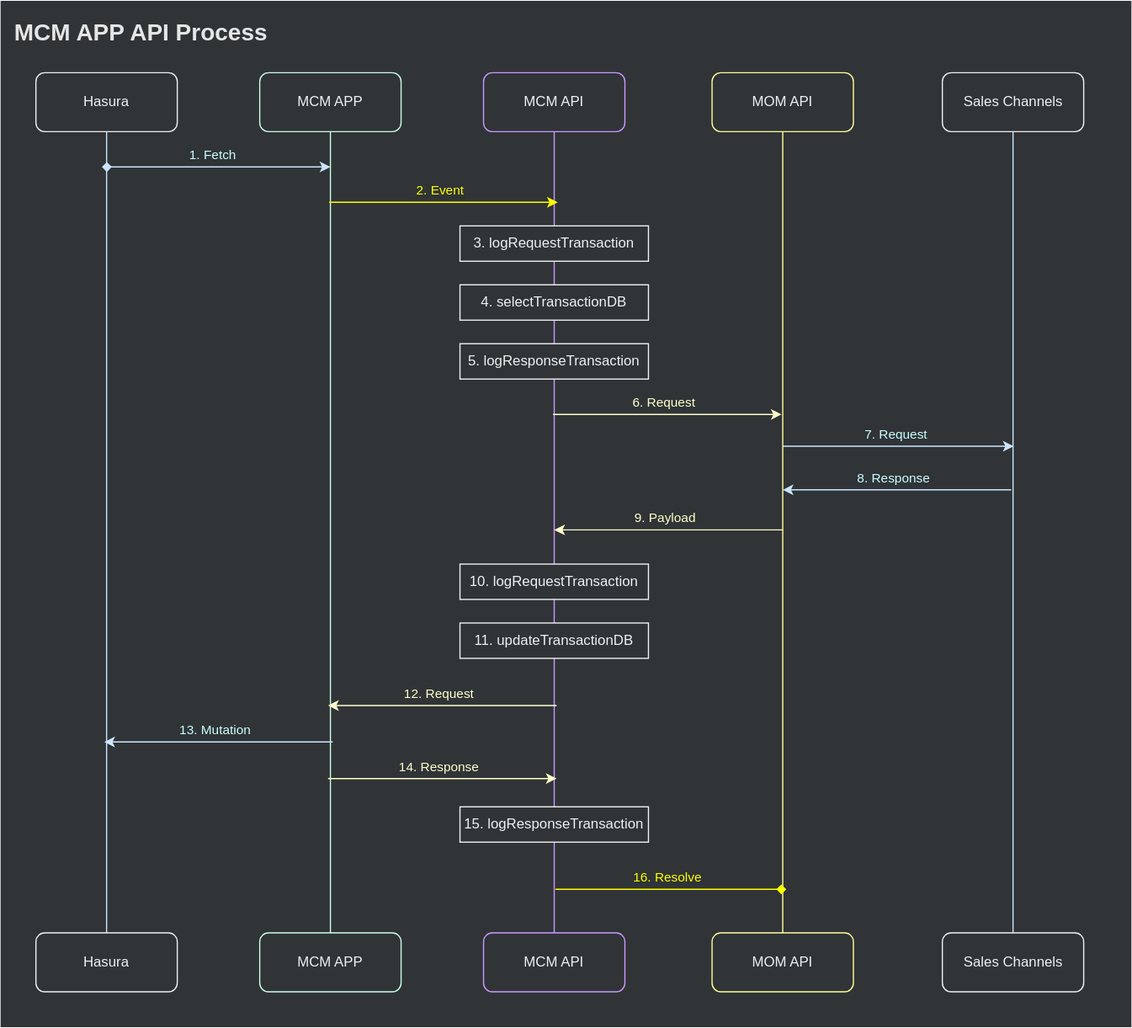
This is assets/.draw.io/documents/geclio2-mcm-app-api.svg from jiholee-ntwglobal/jiholee-ntwglobal.github.io, a draw.io export, as it was before one commit. Source tidied: cells renumbered, new cells last; positions are measured from the earlier drawing's top-left corner, leaving out a move shared by most shapes.
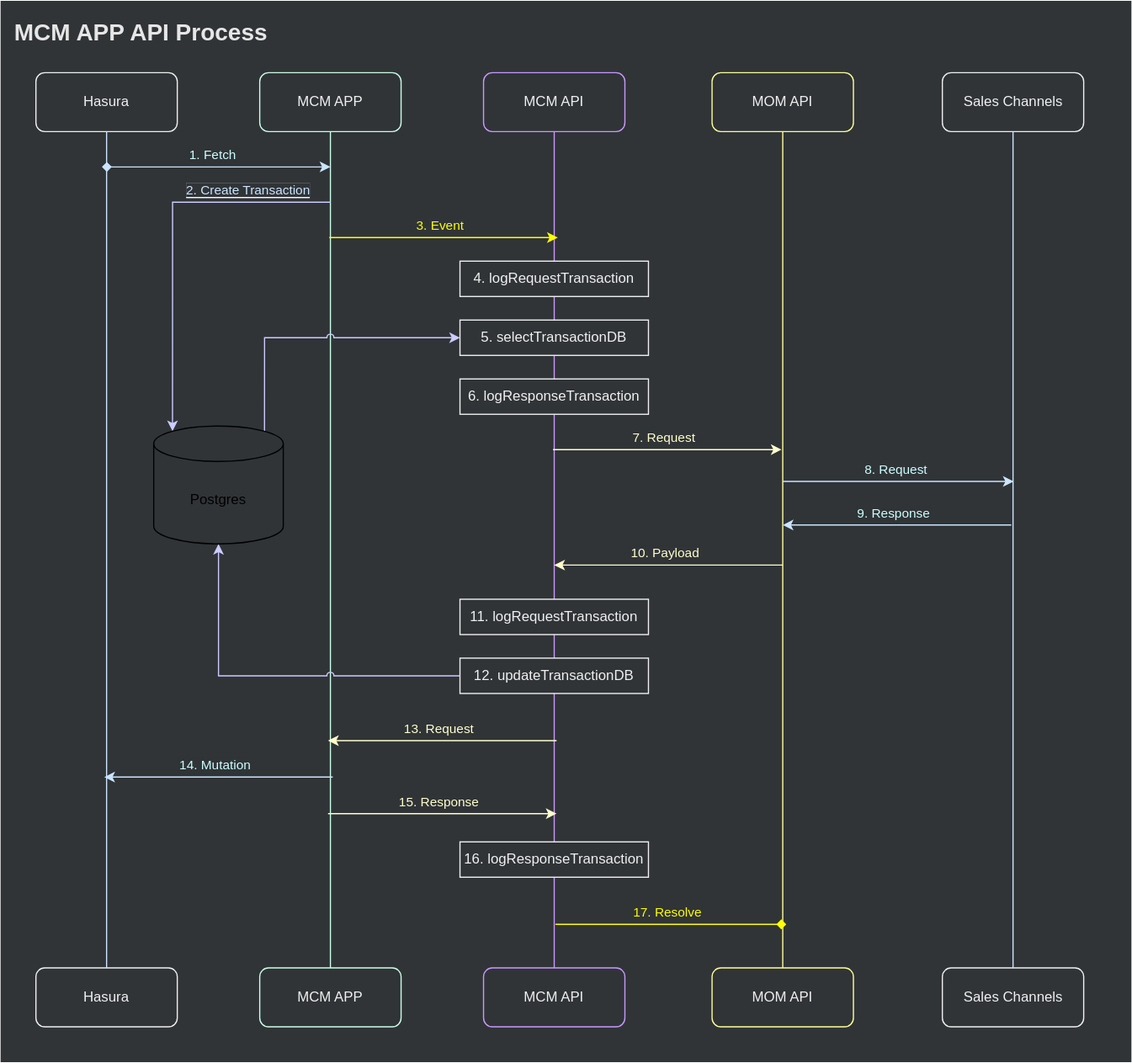
The same file after the commit.

Change to the diagram source:
```diff
@@ -3,20 +3,20 @@
     <mxCell id="0" />
     <mxCell id="1" value="Background" parent="0" />
     <mxCell id="2" style="rounded=0;whiteSpace=wrap;html=1;strokeColor=none;fontColor=#F0F0F0;labelBackgroundColor=none;fillColor=#303437;" parent="1" vertex="1">
-      <mxGeometry width="960" height="871" as="geometry" />
+      <mxGeometry y="-30" width="960" height="901" as="geometry" />
     </mxCell>
     <mxCell id="3" value="Foreground" parent="0" />
     <mxCell id="4" value="Sales Channels" style="rounded=1;whiteSpace=wrap;html=1;fontColor=#F0F0F0;strokeColor=#F0F0F0;fillColor=#303437;" parent="3" vertex="1">
-      <mxGeometry x="799.5" y="61" width="120" height="50" as="geometry" />
+      <mxGeometry x="799.5" y="31" width="120" height="50" as="geometry" />
     </mxCell>
     <mxCell id="5" value="MCM API" style="rounded=1;whiteSpace=wrap;html=1;fontColor=#F0F0F0;strokeColor=#CC99FF;fillColor=#303437;" parent="3" vertex="1">
-      <mxGeometry x="410" y="61" width="120" height="50" as="geometry" />
+      <mxGeometry x="410" y="31" width="120" height="50" as="geometry" />
     </mxCell>
     <mxCell id="6" value="MOM API" style="rounded=1;whiteSpace=wrap;html=1;fontColor=#F0F0F0;fillColor=#303437;strokeColor=#FFFF99;" parent="3" vertex="1">
-      <mxGeometry x="604" y="61" width="120" height="50" as="geometry" />
+      <mxGeometry x="604" y="31" width="120" height="50" as="geometry" />
     </mxCell>
     <mxCell id="7" value="Hasura" style="rounded=1;whiteSpace=wrap;html=1;fontColor=#F0F0F0;strokeColor=#F0F0F0;fillColor=#303437;" parent="3" vertex="1">
-      <mxGeometry x="30" y="61" width="120" height="50" as="geometry" />
+      <mxGeometry x="30" y="31" width="120" height="50" as="geometry" />
     </mxCell>
     <mxCell id="8" value="Sales Channels" style="rounded=1;whiteSpace=wrap;html=1;fontColor=#F0F0F0;strokeColor=#F0F0F0;fillColor=#303437;" parent="3" vertex="1">
       <mxGeometry x="799.5" y="791" width="120" height="50" as="geometry" />
@@ -44,93 +44,119 @@
     </mxCell>
     <mxCell id="16" value="&lt;font color=&quot;#ccffff&quot; style=&quot;background-color: rgb(48 , 52 , 55)&quot;&gt;1. Fetch&lt;/font&gt;" style="endArrow=classic;html=1;strokeColor=#CCE5FF;startArrow=diamond;startFill=1;labelBackgroundColor=#303437;" parent="3" edge="1">
       <mxGeometry x="-0.03" y="10" relative="1" as="geometry">
-        <mxPoint x="86" y="141" as="sourcePoint" />
-        <mxPoint x="280" y="141" as="targetPoint" />
+        <mxPoint x="86" y="111" as="sourcePoint" />
+        <mxPoint x="280" y="111" as="targetPoint" />
       </mxGeometry>
     </mxCell>
-    <mxCell id="17" value="&lt;font color=&quot;#ccffff&quot; style=&quot;background-color: rgb(48 , 52 , 55)&quot;&gt;8. Response&lt;/font&gt;" style="endArrow=none;html=1;strokeColor=#CCE5FF;startArrow=classic;startFill=1;endFill=0;labelBackgroundColor=#303437;" parent="3" edge="1">
+    <mxCell id="17" value="&lt;font color=&quot;#ccffff&quot; style=&quot;background-color: rgb(48 , 52 , 55)&quot;&gt;9. Response&lt;/font&gt;" style="endArrow=none;html=1;strokeColor=#CCE5FF;startArrow=classic;startFill=1;endFill=0;labelBackgroundColor=#303437;" parent="3" edge="1">
       <mxGeometry x="-0.03" y="10" relative="1" as="geometry">
         <mxPoint x="664" y="415" as="sourcePoint" />
         <mxPoint x="858" y="415" as="targetPoint" />
       </mxGeometry>
     </mxCell>
-    <mxCell id="18" value="&lt;font style=&quot;background-color: rgb(48 , 52 , 55)&quot; color=&quot;#ffffcc&quot;&gt;14. Response&lt;/font&gt;" style="endArrow=classic;html=1;labelBackgroundColor=#303437;strokeColor=#FFFFCC;" parent="3" edge="1">
+    <mxCell id="18" value="&lt;font style=&quot;background-color: rgb(48 , 52 , 55)&quot; color=&quot;#ffffcc&quot;&gt;15. Response&lt;/font&gt;" style="endArrow=classic;html=1;labelBackgroundColor=#303437;strokeColor=#FFFFCC;" parent="3" edge="1">
       <mxGeometry x="-0.03" y="10" relative="1" as="geometry">
         <mxPoint x="278" y="660" as="sourcePoint" />
         <mxPoint x="472" y="660" as="targetPoint" />
       </mxGeometry>
     </mxCell>
-    <mxCell id="19" value="&lt;font style=&quot;background-color: rgb(48 , 52 , 55)&quot; color=&quot;#ffffcc&quot;&gt;9. Payload&lt;/font&gt;" style="endArrow=none;html=1;startArrow=classic;startFill=1;endFill=0;labelBackgroundColor=#303437;strokeColor=#FFFFCC;" parent="3" edge="1">
+    <mxCell id="19" value="&lt;font style=&quot;background-color: rgb(48 , 52 , 55)&quot; color=&quot;#ffffcc&quot;&gt;10. Payload&lt;/font&gt;" style="endArrow=none;html=1;startArrow=classic;startFill=1;endFill=0;labelBackgroundColor=#303437;strokeColor=#FFFFCC;" parent="3" edge="1">
       <mxGeometry x="-0.03" y="10" relative="1" as="geometry">
         <mxPoint x="470" y="449" as="sourcePoint" />
         <mxPoint x="664" y="449" as="targetPoint" />
       </mxGeometry>
     </mxCell>
-    <mxCell id="20" value="10. logRequestTransaction" style="rounded=0;whiteSpace=wrap;html=1;fontColor=#F0F0F0;strokeColor=#F0F0F0;fillColor=#303437;" parent="3" vertex="1">
+    <mxCell id="20" value="11. logRequestTransaction" style="rounded=0;whiteSpace=wrap;html=1;fontColor=#F0F0F0;strokeColor=#F0F0F0;fillColor=#303437;" parent="3" vertex="1">
       <mxGeometry x="390" y="478" width="160" height="30" as="geometry" />
     </mxCell>
-    <mxCell id="21" value="15. logResponseTransaction" style="rounded=0;whiteSpace=wrap;html=1;fontColor=#F0F0F0;strokeColor=#F0F0F0;fillColor=#303437;" parent="3" vertex="1">
+    <mxCell id="21" value="16. logResponseTransaction" style="rounded=0;whiteSpace=wrap;html=1;fontColor=#F0F0F0;strokeColor=#F0F0F0;fillColor=#303437;" parent="3" vertex="1">
       <mxGeometry x="390" y="684" width="160" height="30" as="geometry" />
     </mxCell>
-    <mxCell id="22" value="11. updateTransactionDB" style="rounded=0;whiteSpace=wrap;html=1;fontColor=#F0F0F0;strokeColor=#F0F0F0;fillColor=#303437;" parent="3" vertex="1">
+    <mxCell id="22" value="12. updateTransactionDB" style="rounded=0;whiteSpace=wrap;html=1;fontColor=#F0F0F0;strokeColor=#F0F0F0;fillColor=#303437;" parent="3" vertex="1">
       <mxGeometry x="390" y="528" width="160" height="30" as="geometry" />
     </mxCell>
     <mxCell id="23" value="&lt;b&gt;MCM APP API Process&lt;/b&gt;" style="text;html=1;strokeColor=none;fillColor=none;align=left;verticalAlign=middle;whiteSpace=wrap;rounded=0;fontSize=20;fontColor=#E6E6E6;" parent="3" vertex="1">
-      <mxGeometry x="10" y="11" width="420" height="30" as="geometry" />
+      <mxGeometry x="10" y="-19" width="420" height="30" as="geometry" />
     </mxCell>
     <mxCell id="24" value="MCM APP" style="rounded=1;whiteSpace=wrap;html=1;fontColor=#F0F0F0;fillColor=#303437;strokeColor=#CCFFE6;" parent="3" vertex="1">
-      <mxGeometry x="220" y="61" width="120" height="50" as="geometry" />
+      <mxGeometry x="220" y="31" width="120" height="50" as="geometry" />
     </mxCell>
     <mxCell id="25" value="MCM APP" style="rounded=1;whiteSpace=wrap;html=1;fontColor=#F0F0F0;fillColor=#303437;strokeColor=#CCFFE6;" parent="3" vertex="1">
       <mxGeometry x="220" y="791" width="120" height="50" as="geometry" />
     </mxCell>
-    <mxCell id="26" style="endArrow=none;html=1;entryX=0.5;entryY=1;entryDx=0;entryDy=0;exitX=0.5;exitY=0;exitDx=0;exitDy=0;strokeColor=#CCFFE6;" parent="3" edge="1" source="25" target="24">
+    <mxCell id="26" style="endArrow=none;html=1;entryX=0.5;entryY=1;entryDx=0;entryDy=0;exitX=0.5;exitY=0;exitDx=0;exitDy=0;strokeColor=#CCFFE6;jumpStyle=none;" parent="3" edge="1" source="25" target="24">
       <mxGeometry relative="1" as="geometry" />
     </mxCell>
-    <mxCell id="27" value="&lt;font color=&quot;#ffff00&quot; style=&quot;background-color: rgb(48 , 52 , 55)&quot;&gt;2. Event&lt;/font&gt;" style="endArrow=classic;html=1;strokeColor=#FFFF00;labelBackgroundColor=#303437;" parent="3" edge="1">
+    <mxCell id="27" value="&lt;font color=&quot;#ffff00&quot; style=&quot;background-color: rgb(48 , 52 , 55)&quot;&gt;3. Event&lt;/font&gt;" style="endArrow=classic;html=1;strokeColor=#FFFF00;labelBackgroundColor=#303437;" parent="3" edge="1">
       <mxGeometry x="-0.03" y="10" relative="1" as="geometry">
         <mxPoint x="279" y="171" as="sourcePoint" />
         <mxPoint x="473" y="171" as="targetPoint" />
       </mxGeometry>
     </mxCell>
-    <mxCell id="28" value="&lt;font color=&quot;#ccffff&quot; style=&quot;background-color: rgb(48 , 52 , 55)&quot;&gt;7. Request&lt;/font&gt;" style="endArrow=none;html=1;strokeColor=#CCE5FF;startArrow=classic;startFill=1;endFill=0;labelBackgroundColor=#303437;" parent="3" edge="1">
+    <mxCell id="28" value="&lt;font color=&quot;#ccffff&quot; style=&quot;background-color: rgb(48 , 52 , 55)&quot;&gt;8. Request&lt;/font&gt;" style="endArrow=none;html=1;strokeColor=#CCE5FF;startArrow=classic;startFill=1;endFill=0;labelBackgroundColor=#303437;" parent="3" edge="1">
       <mxGeometry x="0.02" y="-10" relative="1" as="geometry">
         <mxPoint x="860" y="378" as="sourcePoint" />
         <mxPoint x="664" y="378" as="targetPoint" />
       </mxGeometry>
     </mxCell>
-    <mxCell id="29" value="4. selectTransactionDB" style="rounded=0;whiteSpace=wrap;html=1;fontColor=#F0F0F0;strokeColor=#F0F0F0;fillColor=#303437;" parent="3" vertex="1">
+    <mxCell id="29" value="5. selectTransactionDB" style="rounded=0;whiteSpace=wrap;html=1;fontColor=#F0F0F0;strokeColor=#F0F0F0;fillColor=#303437;" parent="3" vertex="1">
       <mxGeometry x="390" y="241" width="160" height="30" as="geometry" />
     </mxCell>
-    <mxCell id="30" value="&lt;font style=&quot;background-color: rgb(48 , 52 , 55)&quot; color=&quot;#ffffcc&quot;&gt;12. Request&lt;/font&gt;" style="endArrow=none;html=1;startArrow=classic;startFill=1;endFill=0;labelBackgroundColor=#303437;strokeColor=#FFFFCC;" parent="3" edge="1">
+    <mxCell id="30" value="&lt;font style=&quot;background-color: rgb(48 , 52 , 55)&quot; color=&quot;#ffffcc&quot;&gt;13. Request&lt;/font&gt;" style="endArrow=none;html=1;startArrow=classic;startFill=1;endFill=0;labelBackgroundColor=#303437;strokeColor=#FFFFCC;" parent="3" edge="1">
       <mxGeometry x="-0.03" y="10" relative="1" as="geometry">
         <mxPoint x="278" y="598" as="sourcePoint" />
         <mxPoint x="472" y="598" as="targetPoint" />
       </mxGeometry>
     </mxCell>
-    <mxCell id="31" value="&lt;font style=&quot;background-color: rgb(48 , 52 , 55)&quot;&gt;16. Resolve&lt;/font&gt;" style="endArrow=diamond;html=1;labelBackgroundColor=#303437;fontColor=#FFFF00;strokeColor=#FFFF00;endFill=1;" parent="3" edge="1">
+    <mxCell id="31" value="&lt;font style=&quot;background-color: rgb(48 , 52 , 55)&quot;&gt;17. Resolve&lt;/font&gt;" style="endArrow=diamond;html=1;labelBackgroundColor=#303437;fontColor=#FFFF00;strokeColor=#FFFF00;endFill=1;" parent="3" edge="1">
       <mxGeometry x="-0.03" y="10" relative="1" as="geometry">
         <mxPoint x="471" y="754" as="sourcePoint" />
         <mxPoint x="667" y="754" as="targetPoint" />
       </mxGeometry>
     </mxCell>
-    <mxCell id="32" value="&lt;font color=&quot;#ffffcc&quot; style=&quot;background-color: rgb(48 , 52 , 55)&quot;&gt;6. Request&lt;/font&gt;" style="endArrow=classic;html=1;labelBackgroundColor=#303437;strokeColor=#FFFFCC;" parent="3" edge="1">
+    <mxCell id="32" value="&lt;font color=&quot;#ffffcc&quot; style=&quot;background-color: rgb(48 , 52 , 55)&quot;&gt;7. Request&lt;/font&gt;" style="endArrow=classic;html=1;labelBackgroundColor=#303437;strokeColor=#FFFFCC;" parent="3" edge="1">
       <mxGeometry x="-0.03" y="10" relative="1" as="geometry">
         <mxPoint x="469" y="351" as="sourcePoint" />
         <mxPoint x="663" y="351" as="targetPoint" />
       </mxGeometry>
     </mxCell>
-    <mxCell id="33" value="&lt;font color=&quot;#ccffff&quot; style=&quot;background-color: rgb(48 , 52 , 55)&quot;&gt;13. Mutation&lt;/font&gt;" style="endArrow=none;html=1;strokeColor=#CCE5FF;startArrow=classic;startFill=1;endFill=0;labelBackgroundColor=#303437;" parent="3" edge="1">
+    <mxCell id="33" value="&lt;font color=&quot;#ccffff&quot; style=&quot;background-color: rgb(48 , 52 , 55)&quot;&gt;14. Mutation&lt;/font&gt;" style="endArrow=none;html=1;strokeColor=#CCE5FF;startArrow=classic;startFill=1;endFill=0;labelBackgroundColor=#303437;" parent="3" edge="1">
       <mxGeometry x="-0.03" y="10" relative="1" as="geometry">
         <mxPoint x="88" y="629" as="sourcePoint" />
         <mxPoint x="282" y="629" as="targetPoint" />
       </mxGeometry>
     </mxCell>
-    <mxCell id="34" value="3. logRequestTransaction" style="rounded=0;whiteSpace=wrap;html=1;fontColor=#F0F0F0;strokeColor=#F0F0F0;fillColor=#303437;" parent="3" vertex="1">
+    <mxCell id="34" value="4. logRequestTransaction" style="rounded=0;whiteSpace=wrap;html=1;fontColor=#F0F0F0;strokeColor=#F0F0F0;fillColor=#303437;" parent="3" vertex="1">
       <mxGeometry x="390" y="191" width="160" height="30" as="geometry" />
     </mxCell>
-    <mxCell id="35" value="5. logResponseTransaction" style="rounded=0;whiteSpace=wrap;html=1;fontColor=#F0F0F0;strokeColor=#F0F0F0;fillColor=#303437;" parent="3" vertex="1">
+    <mxCell id="35" value="6. logResponseTransaction" style="rounded=0;whiteSpace=wrap;html=1;fontColor=#F0F0F0;strokeColor=#F0F0F0;fillColor=#303437;" parent="3" vertex="1">
       <mxGeometry x="390" y="291" width="160" height="30" as="geometry" />
     </mxCell>
+    <mxCell id="36" style="edgeStyle=orthogonalEdgeStyle;rounded=0;jettySize=auto;html=1;entryX=0;entryY=0.5;entryDx=0;entryDy=0;strokeColor=#CCCCFF;jumpStyle=arc;exitX=0.855;exitY=0;exitDx=0;exitDy=4.35;exitPerimeter=0;" parent="3" edge="1" source="39" target="29">
+      <mxGeometry relative="1" as="geometry">
+        <Array as="points">
+          <mxPoint x="224" y="256" />
+        </Array>
+      </mxGeometry>
+    </mxCell>
+    <mxCell id="37" style="edgeStyle=orthogonalEdgeStyle;rounded=0;jumpStyle=arc;jettySize=auto;html=1;entryX=0;entryY=0.5;entryDx=0;entryDy=0;strokeColor=#CCCCFF;startArrow=classic;startFill=1;endArrow=none;endFill=0;" parent="3" edge="1" source="39" target="22">
+      <mxGeometry relative="1" as="geometry">
+        <Array as="points">
+          <mxPoint x="185" y="543" />
+        </Array>
+      </mxGeometry>
+    </mxCell>
+    <mxCell id="38" value="&lt;span style=&quot;background-color: rgb(48 , 52 , 55)&quot;&gt;&lt;font color=&quot;#cce5ff&quot;&gt;2. Create Transaction&lt;/font&gt;&lt;/span&gt;" style="edgeStyle=orthogonalEdgeStyle;rounded=0;jumpStyle=arc;jettySize=auto;html=1;startArrow=classic;startFill=1;endArrow=none;endFill=0;strokeColor=#CCCCFF;exitX=0.145;exitY=0;exitDx=0;exitDy=4.35;exitPerimeter=0;" parent="3" edge="1" source="39">
+      <mxGeometry x="0.57" y="10" relative="1" as="geometry">
+        <mxPoint x="280" y="141" as="targetPoint" />
+        <Array as="points">
+          <mxPoint x="146" y="141" />
+          <mxPoint x="280" y="141" />
+        </Array>
+      </mxGeometry>
+    </mxCell>
+    <mxCell id="39" value="Postgres" style="shape=cylinder3;whiteSpace=wrap;html=1;boundedLbl=1;backgroundOutline=1;size=15;fillColor=#303437;" parent="3" vertex="1">
+      <mxGeometry x="130" y="331" width="110" height="100" as="geometry" />
+    </mxCell>
   </root>
 </mxGraphModel>
```
